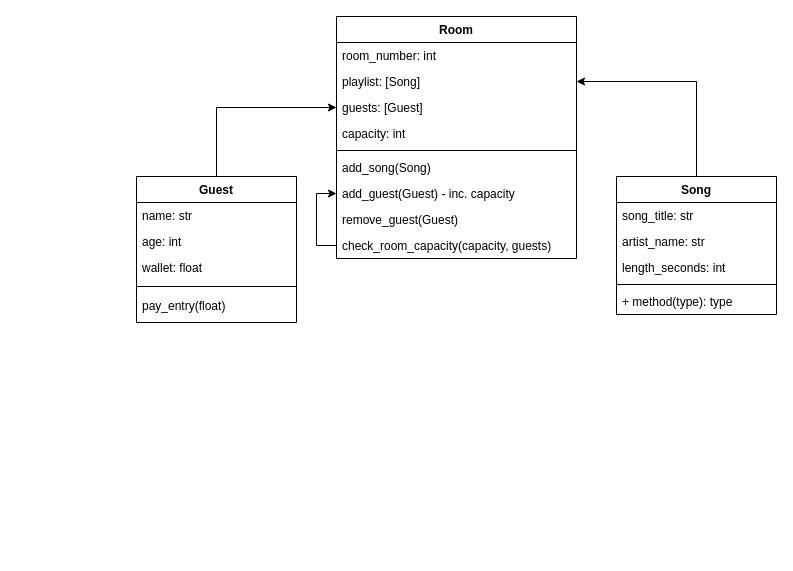
This is diagram.drawio from Stanhoucke/Karaoke_hw, a draw.io file, before an edit. Source tidied: cells renumbered, new cells numbered last; positions are measured from the earlier drawing's top-left corner, leaving out a move shared by most shapes. Both pictures are drawn from the tidied source at 100%, with x=0, y=0 at pixel (136, 16).
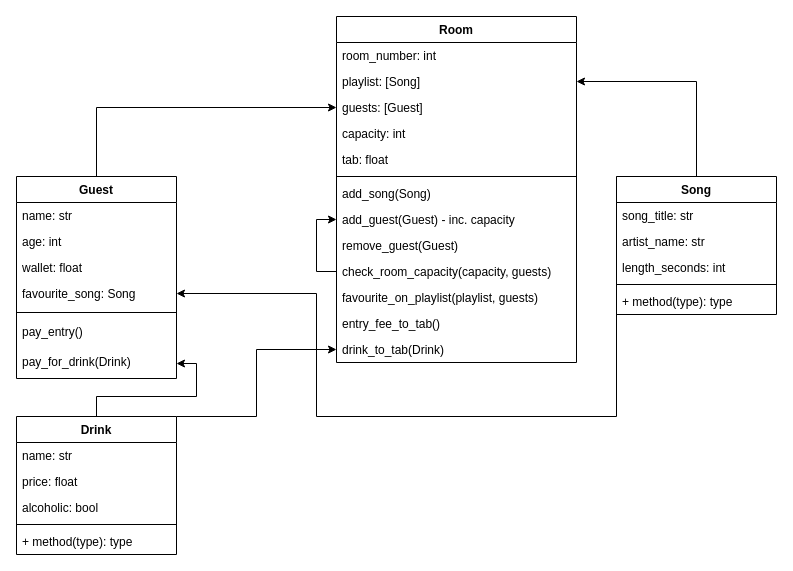
After the change.

Commit message:
Diagram - added Drink class, attribute and methods to Guest and Room

Unchanged cells that the change refers to:
```xml
<mxCell id="21" value="Song" style="swimlane;fontStyle=1;align=center;verticalAlign=top;horizontal=1;startSize=26;" parent="1" vertex="1">
  <mxGeometry x="480" y="160" width="160" height="138" as="geometry" />
</mxCell>
```

Diff of the diagram source:
```diff
@@
     <mxCell id="2" value="Room" style="swimlane;fontStyle=1;align=center;verticalAlign=top;horizontal=1;startSize=26;" parent="1" vertex="1">
-      <mxGeometry x="200" width="240" height="242" as="geometry" />
+      <mxGeometry x="200" width="240" height="346" as="geometry" />
     </mxCell>
@@
+    <mxCell id="27" value="tab: float" style="text;strokeColor=none;fillColor=none;align=left;verticalAlign=top;spacingLeft=4;spacingRight=4;overflow=hidden;" parent="2" vertex="1">
+      <mxGeometry y="130" width="240" height="26" as="geometry" />
+    </mxCell>
     <mxCell id="7" style="line;strokeWidth=1;fillColor=none;align=left;verticalAlign=middle;spacingTop=-1;spacingLeft=3;spacingRight=3;labelPosition=right;" parent="2" vertex="1">
-      <mxGeometry y="130" width="240" height="8" as="geometry" />
+      <mxGeometry y="156" width="240" height="8" as="geometry" />
     </mxCell>
     <mxCell id="8" value="add_song(Song)" style="text;strokeColor=none;fillColor=none;align=left;verticalAlign=top;spacingLeft=4;spacingRight=4;overflow=hidden;" parent="2" vertex="1">
-      <mxGeometry y="138" width="240" height="26" as="geometry" />
+      <mxGeometry y="164" width="240" height="26" as="geometry" />
     </mxCell>
     <mxCell id="9" value="add_guest(Guest) - inc. capacity" style="text;strokeColor=none;fillColor=none;align=left;verticalAlign=top;spacingLeft=4;spacingRight=4;overflow=hidden;points=[[0,0.5],[1,0.5]];portConstraint=eastwest;" parent="2" vertex="1">
-      <mxGeometry y="164" width="240" height="26" as="geometry" />
+      <mxGeometry y="190" width="240" height="26" as="geometry" />
     </mxCell>
     <mxCell id="10" value="remove_guest(Guest)" style="text;strokeColor=none;fillColor=none;align=left;verticalAlign=top;spacingLeft=4;spacingRight=4;overflow=hidden;" parent="2" vertex="1">
-      <mxGeometry y="190" width="240" height="26" as="geometry" />
+      <mxGeometry y="216" width="240" height="26" as="geometry" />
     </mxCell>
@@
     <mxCell id="12" value="check_room_capacity(capacity, guests)" style="text;strokeColor=none;fillColor=none;align=left;verticalAlign=top;spacingLeft=4;spacingRight=4;overflow=hidden;points=[[0,0.5],[1,0.5]];portConstraint=eastwest;" parent="2" vertex="1">
-      <mxGeometry y="216" width="240" height="26" as="geometry" />
+      <mxGeometry y="242" width="240" height="26" as="geometry" />
     </mxCell>
+    <mxCell id="28" value="favourite_on_playlist(playlist, guests)" style="text;strokeColor=none;fillColor=none;align=left;verticalAlign=top;spacingLeft=4;spacingRight=4;overflow=hidden;" parent="2" vertex="1">
+      <mxGeometry y="268" width="240" height="26" as="geometry" />
+    </mxCell>
+    <mxCell id="29" value="entry_fee_to_tab()" style="text;strokeColor=none;fillColor=none;align=left;verticalAlign=top;spacingLeft=4;spacingRight=4;overflow=hidden;" parent="2" vertex="1">
+      <mxGeometry y="294" width="240" height="26" as="geometry" />
+    </mxCell>
+    <mxCell id="30" value="drink_to_tab(Drink)" style="text;strokeColor=none;fillColor=none;align=left;verticalAlign=top;spacingLeft=4;spacingRight=4;overflow=hidden;points=[[0,0.5],[1,0.5]];portConstraint=eastwest;" parent="2" vertex="1">
+      <mxGeometry y="320" width="240" height="26" as="geometry" />
+    </mxCell>
@@
     <mxCell id="14" value="Guest" style="swimlane;fontStyle=1;align=center;verticalAlign=top;horizontal=1;startSize=26;" parent="1" vertex="1">
-      <mxGeometry y="160" width="160" height="146" as="geometry" />
+      <mxGeometry x="-120" y="160" width="160" height="202" as="geometry" />
     </mxCell>
@@
+    <mxCell id="31" value="favourite_song: Song" style="text;strokeColor=none;fillColor=none;align=left;verticalAlign=top;spacingLeft=4;spacingRight=4;overflow=hidden;points=[[0,0.5],[1,0.5]];portConstraint=eastwest;" parent="14" vertex="1">
+      <mxGeometry y="104" width="160" height="26" as="geometry" />
+    </mxCell>
     <mxCell id="18" style="line;strokeWidth=1;fillColor=none;align=left;verticalAlign=middle;spacingTop=-1;spacingLeft=3;spacingRight=3;labelPosition=right;" parent="14" vertex="1">
-      <mxGeometry y="104" width="160" height="12" as="geometry" />
+      <mxGeometry y="130" width="160" height="12" as="geometry" />
     </mxCell>
-    <mxCell id="19" value="pay_entry(float)" style="text;strokeColor=none;fillColor=none;align=left;verticalAlign=top;spacingLeft=4;spacingRight=4;overflow=hidden;" parent="14" vertex="1">
-      <mxGeometry y="116" width="160" height="30" as="geometry" />
+    <mxCell id="19" value="pay_entry()" style="text;strokeColor=none;fillColor=none;align=left;verticalAlign=top;spacingLeft=4;spacingRight=4;overflow=hidden;" parent="14" vertex="1">
+      <mxGeometry y="142" width="160" height="30" as="geometry" />
     </mxCell>
+    <mxCell id="32" value="pay_for_drink(Drink)" style="text;strokeColor=none;fillColor=none;align=left;verticalAlign=top;spacingLeft=4;spacingRight=4;overflow=hidden;points=[[0,0.5],[1,0.5]];portConstraint=eastwest;" parent="14" vertex="1">
+      <mxGeometry y="172" width="160" height="30" as="geometry" />
+    </mxCell>
@@
+    <mxCell id="33" style="edgeStyle=orthogonalEdgeStyle;rounded=0;jettySize=auto;html=1;exitX=0;exitY=0;exitDx=0;exitDy=0;entryX=1;entryY=0.5;entryDx=0;entryDy=0;" parent="1" edge="1" source="21" target="31">
+      <mxGeometry relative="1" as="geometry">
+        <Array as="points">
+          <mxPoint x="480" y="400" />
+          <mxPoint x="180" y="400" />
+          <mxPoint x="180" y="277" />
+        </Array>
+      </mxGeometry>
+    </mxCell>
@@
+    <mxCell id="34" style="edgeStyle=orthogonalEdgeStyle;rounded=0;jettySize=auto;html=1;exitX=0.5;exitY=0;exitDx=0;exitDy=0;entryX=1;entryY=0.5;entryDx=0;entryDy=0;" parent="1" edge="1" source="36" target="32">
+      <mxGeometry relative="1" as="geometry" />
+    </mxCell>
+    <mxCell id="35" style="edgeStyle=orthogonalEdgeStyle;rounded=0;jettySize=auto;html=1;exitX=1;exitY=0;exitDx=0;exitDy=0;entryX=0;entryY=0.5;entryDx=0;entryDy=0;" parent="1" edge="1" source="36" target="30">
+      <mxGeometry relative="1" as="geometry">
+        <Array as="points">
+          <mxPoint x="120" y="400" />
+          <mxPoint x="120" y="333" />
+        </Array>
+      </mxGeometry>
+    </mxCell>
+    <mxCell id="36" value="Drink" style="swimlane;fontStyle=1;align=center;verticalAlign=top;horizontal=1;startSize=26;" parent="1" vertex="1">
+      <mxGeometry x="-120" y="400" width="160" height="138" as="geometry" />
+    </mxCell>
+    <mxCell id="37" value="name: str" style="text;strokeColor=none;fillColor=none;align=left;verticalAlign=top;spacingLeft=4;spacingRight=4;overflow=hidden;" parent="36" vertex="1">
+      <mxGeometry y="26" width="160" height="26" as="geometry" />
+    </mxCell>
+    <mxCell id="38" value="price: float" style="text;strokeColor=none;fillColor=none;align=left;verticalAlign=top;spacingLeft=4;spacingRight=4;overflow=hidden;" parent="36" vertex="1">
+      <mxGeometry y="52" width="160" height="26" as="geometry" />
+    </mxCell>
+    <mxCell id="39" value="alcoholic: bool" style="text;strokeColor=none;fillColor=none;align=left;verticalAlign=top;spacingLeft=4;spacingRight=4;overflow=hidden;" parent="36" vertex="1">
+      <mxGeometry y="78" width="160" height="26" as="geometry" />
+    </mxCell>
+    <mxCell id="40" style="line;strokeWidth=1;fillColor=none;align=left;verticalAlign=middle;spacingTop=-1;spacingLeft=3;spacingRight=3;labelPosition=right;" parent="36" vertex="1">
+      <mxGeometry y="104" width="160" height="8" as="geometry" />
+    </mxCell>
+    <mxCell id="41" value="+ method(type): type" style="text;strokeColor=none;fillColor=none;align=left;verticalAlign=top;spacingLeft=4;spacingRight=4;overflow=hidden;" parent="36" vertex="1">
+      <mxGeometry y="112" width="160" height="26" as="geometry" />
+    </mxCell>
```
